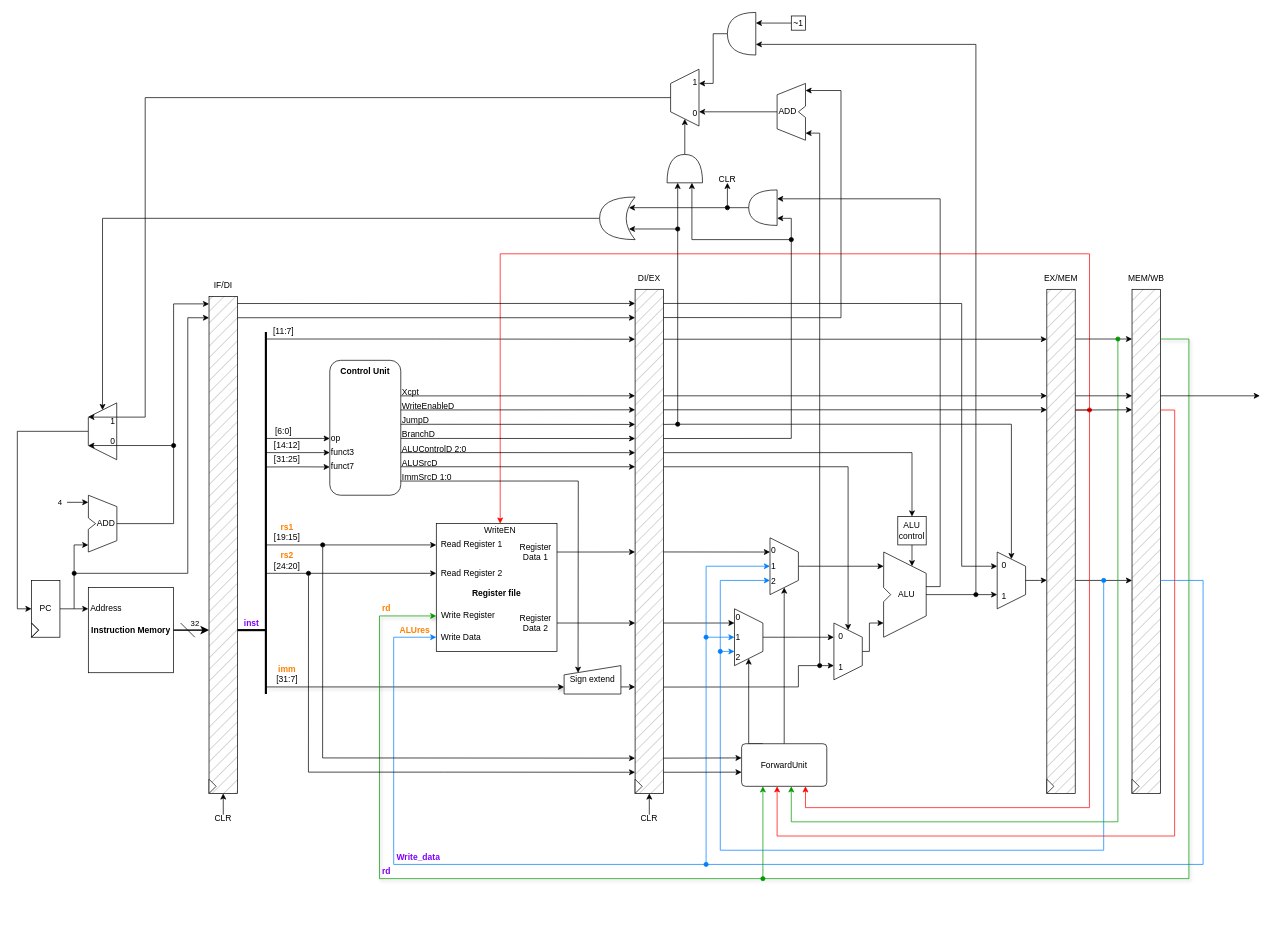
Above: 05_branch_instructions/Schematic.drawio in christianrptu/ADSProject (draw.io), before the change. Source tidied: cells renumbered, new cells numbered last; positions are measured from the earlier drawing's top-left corner, leaving out a move shared by most shapes. Both pictures are drawn from the tidied source at 71%, with x=0, y=0 at pixel (31, 12).
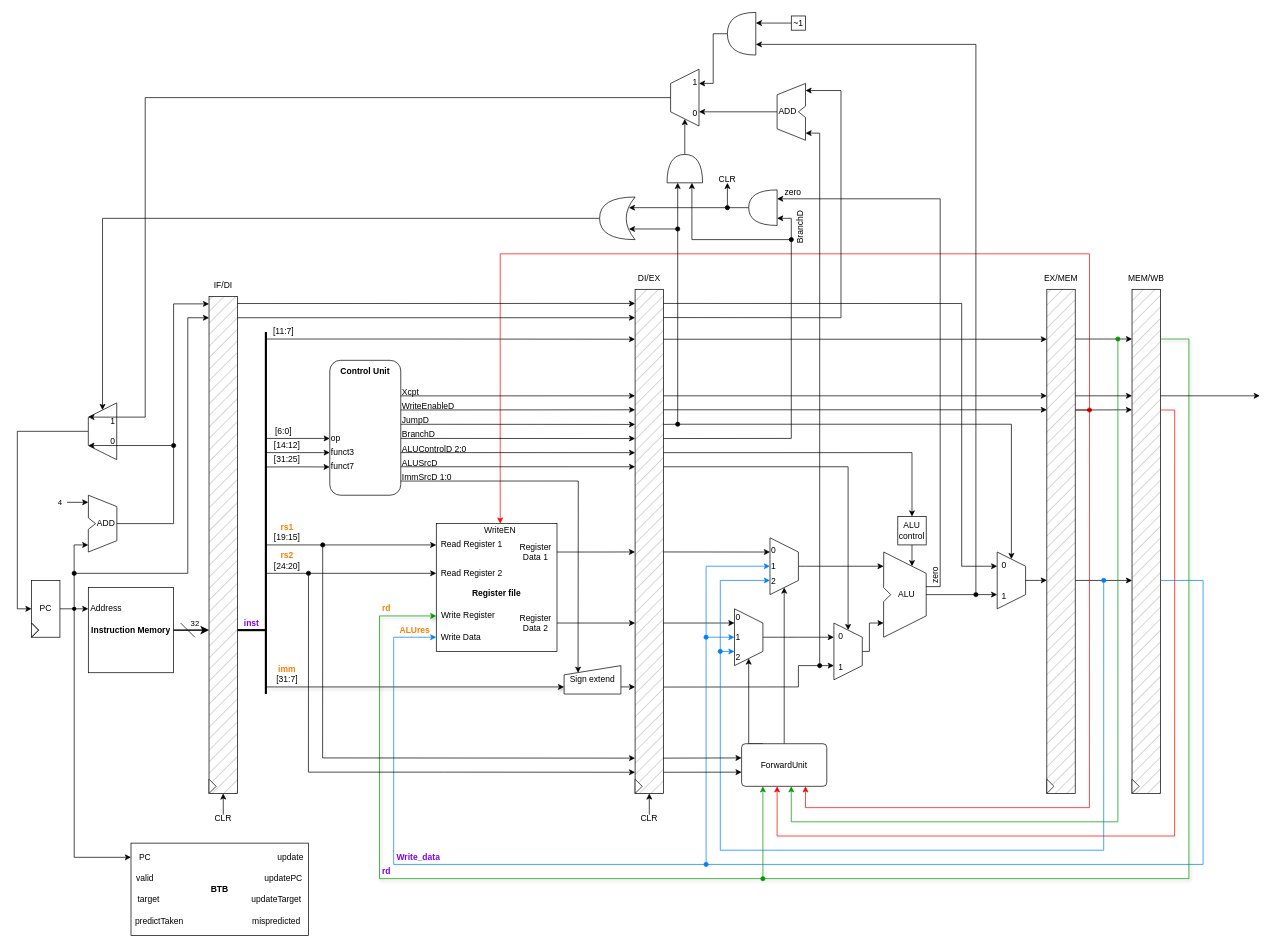
The same diagram, later.

Commit message (it also covers changes not shown here):
Updated Schematic. Halfwired BTB but erros found.

Diff of the diagram source:
```diff
@@
-    <mxCell id="9" style="endArrow=classic;html=1;rounded=0;" parent="1" edge="1">
+    <mxCell id="9" style="endArrow=classic;html=1;rounded=0;" parent="1" edge="1" source="199">
       <mxGeometry relative="1" as="geometry">
-        <mxPoint x="59.9" y="840" as="sourcePoint" />
         <mxPoint x="79.9" y="750" as="targetPoint" />
         <Array as="points">
           <mxPoint x="59.9" y="750" />
         </Array>
       </mxGeometry>
     </mxCell>
@@
+    <mxCell id="188" style="group;" parent="1" vertex="1">
+      <mxGeometry x="140" y="1170" width="270" height="130" as="geometry" />
+    </mxCell>
+    <mxCell id="189" value="&lt;b&gt;BTB&lt;br&gt;&lt;/b&gt;" style="rounded=0;whiteSpace=wrap;html=1;" parent="188" vertex="1">
+      <mxGeometry width="250" height="130" as="geometry" />
+    </mxCell>
+    <mxCell id="190" value="update" style="text;html=1;whiteSpace=wrap;strokeColor=none;fillColor=none;align=center;verticalAlign=middle;rounded=0;" parent="188" vertex="1">
+      <mxGeometry x="180" y="10" width="90" height="20" as="geometry" />
+    </mxCell>
+    <mxCell id="191" value="updatePC" style="text;html=1;whiteSpace=wrap;strokeColor=none;fillColor=none;align=center;verticalAlign=middle;rounded=0;" parent="188" vertex="1">
+      <mxGeometry x="170" y="40" width="90" height="20" as="geometry" />
+    </mxCell>
+    <mxCell id="192" value="updateTarget" style="text;html=1;whiteSpace=wrap;strokeColor=none;fillColor=none;align=center;verticalAlign=middle;rounded=0;" parent="188" vertex="1">
+      <mxGeometry x="160" y="70" width="90" height="20" as="geometry" />
+    </mxCell>
+    <mxCell id="193" value="mispredicted" style="text;html=1;whiteSpace=wrap;strokeColor=none;fillColor=none;align=center;verticalAlign=middle;rounded=0;" parent="188" vertex="1">
+      <mxGeometry x="160" y="100" width="90" height="20" as="geometry" />
+    </mxCell>
+    <mxCell id="194" value="PC" style="text;html=1;whiteSpace=wrap;strokeColor=none;fillColor=none;align=center;verticalAlign=middle;rounded=0;" parent="188" vertex="1">
+      <mxGeometry y="10" width="40" height="20" as="geometry" />
+    </mxCell>
+    <mxCell id="195" value="valid" style="text;html=1;whiteSpace=wrap;strokeColor=none;fillColor=none;align=center;verticalAlign=middle;rounded=0;" parent="188" vertex="1">
+      <mxGeometry y="40" width="40" height="20" as="geometry" />
+    </mxCell>
+    <mxCell id="196" value="target" style="text;html=1;whiteSpace=wrap;strokeColor=none;fillColor=none;align=center;verticalAlign=middle;rounded=0;" parent="188" vertex="1">
+      <mxGeometry y="70" width="50" height="20" as="geometry" />
+    </mxCell>
+    <mxCell id="197" value="predictTaken" style="text;html=1;whiteSpace=wrap;strokeColor=none;fillColor=none;align=center;verticalAlign=middle;rounded=0;" parent="188" vertex="1">
+      <mxGeometry y="100" width="80" height="20" as="geometry" />
+    </mxCell>
+    <mxCell id="198" style="endArrow=classic;html=1;rounded=0;entryX=0;entryY=0.5;entryDx=0;entryDy=0;" parent="1" edge="1" target="194">
+      <mxGeometry relative="1" as="geometry">
+        <mxPoint x="60" y="840" as="sourcePoint" />
+        <Array as="points">
+          <mxPoint x="60" y="1190" />
+        </Array>
+      </mxGeometry>
+    </mxCell>
+    <mxCell id="199" style="shape=waypoint;sketch=0;size=6;points=[];fillColor=none;perimeter=centerPerimeter;snapToPoint=1;" parent="1" vertex="1">
+      <mxGeometry x="50" y="830" width="20" height="20" as="geometry" />
+    </mxCell>
+    <mxCell id="200" value="zero" style="text;html=1;whiteSpace=wrap;strokeColor=none;fillColor=none;align=center;verticalAlign=middle;rounded=0;rotation=-90;" parent="1" vertex="1">
+      <mxGeometry x="1250" y="770" width="44.8" height="45" as="geometry" />
+    </mxCell>
+    <mxCell id="201" value="zero" style="text;html=1;whiteSpace=wrap;strokeColor=none;fillColor=none;align=center;verticalAlign=middle;rounded=0;rotation=0;" parent="1" vertex="1">
+      <mxGeometry x="1050" y="230" width="44.8" height="45" as="geometry" />
+    </mxCell>
+    <mxCell id="202" value="BranchD" style="text;html=1;whiteSpace=wrap;strokeColor=none;fillColor=none;align=center;verticalAlign=middle;rounded=0;rotation=-90;" parent="1" vertex="1">
+      <mxGeometry x="1060" y="280" width="44.8" height="45" as="geometry" />
+    </mxCell>
```
